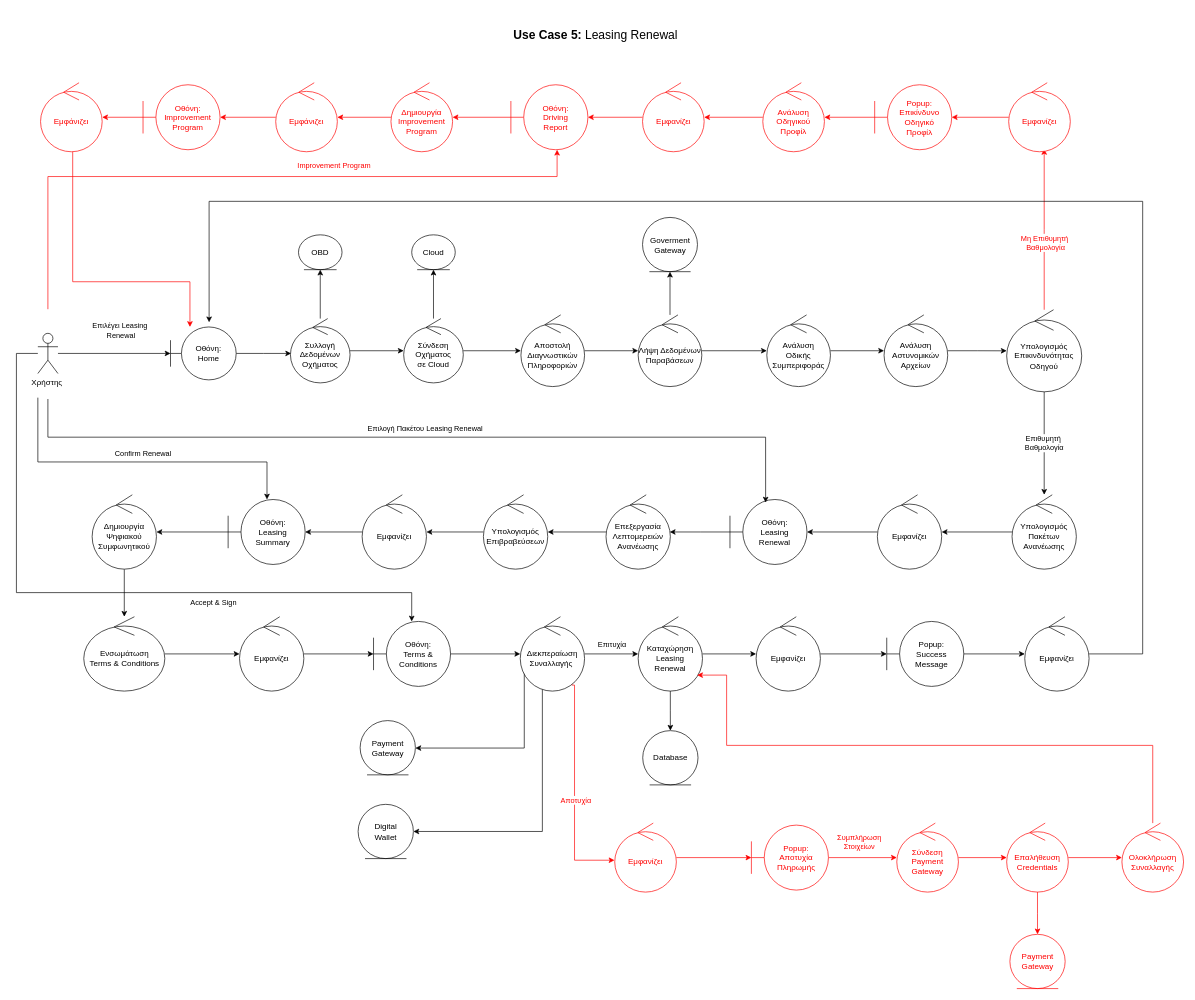
The draw.io diagram page "Use Case 5 Robustness" (5 of 9) of drawio/Robustness.drawio in ChristineGi/LeaseIt, before the edit. Source tidied: cells renumbered, new cells numbered last; positions are measured from the earlier drawing's top-left corner, leaving out a move shared by most shapes. Both pictures are drawn from the tidied source at 67%, with x=0, y=0 at pixel (16, 11).
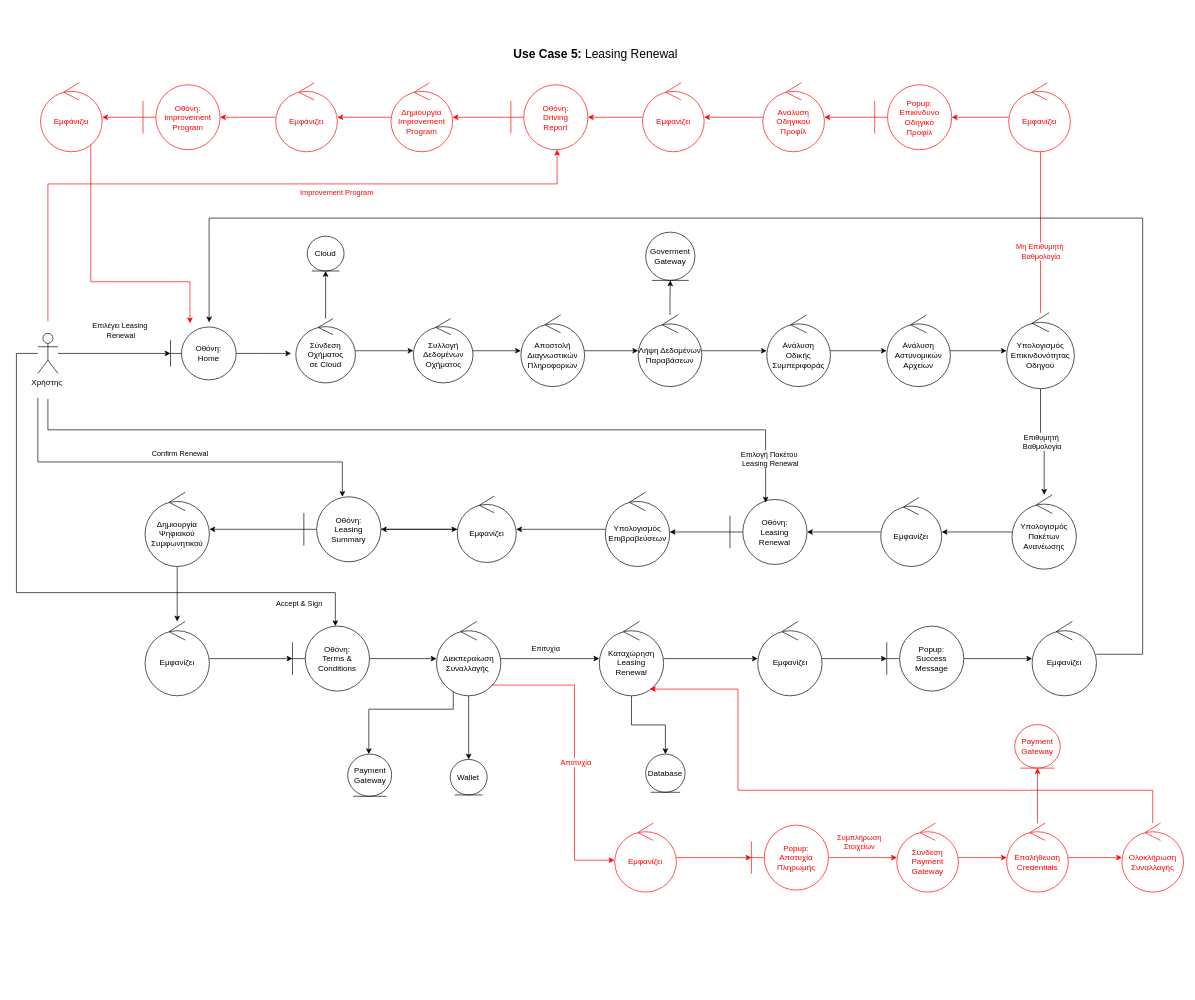
The same page after the edit.

The change refers to these unchanged cells:
```xml
<mxCell id="6" value="Χρήστης&amp;nbsp;" style="shape=umlActor;verticalLabelPosition=bottom;verticalAlign=top;html=1;" parent="1" vertex="1">
  <mxGeometry x="32" y="480" width="30" height="60" as="geometry" />
</mxCell>
<mxCell id="10" value="Οθόνη:&lt;div&gt;Home&lt;/div&gt;" style="shape=umlBoundary;whiteSpace=wrap;html=1;" parent="1" vertex="1">
  <mxGeometry x="230" y="470.5" width="98" height="79" as="geometry" />
</mxCell>
<mxCell id="20" value="Αποστολή&lt;div&gt;Διαγνωστικών&lt;/div&gt;&lt;div&gt;Πληροφοριών&lt;/div&gt;" style="ellipse;shape=umlControl;whiteSpace=wrap;html=1;" parent="1" vertex="1">
  <mxGeometry x="753" y="452.5" width="95" height="107" as="geometry" />
</mxCell>
<mxCell id="38" value="Οθόνη:&lt;div&gt;Leasing&lt;/div&gt;&lt;div&gt;Renewal&lt;/div&gt;" style="shape=umlBoundary;whiteSpace=wrap;html=1;" parent="1" vertex="1">
  <mxGeometry x="1065" y="728" width="115" height="97" as="geometry" />
</mxCell>
<mxCell id="94" value="Εμφάνιζει" style="ellipse;shape=umlControl;whiteSpace=wrap;html=1;fontColor=#FF0000;strokeColor=#FF0000;" parent="1" vertex="1">
  <mxGeometry x="36" y="106" width="92" height="103" as="geometry" />
</mxCell>
<mxCell id="96" value="Εμφανίζει" style="ellipse;shape=umlControl;whiteSpace=wrap;html=1;fontColor=#FF0000;strokeColor=#FF0000;" parent="1" vertex="1">
  <mxGeometry x="893" y="1211" width="92" height="103" as="geometry" />
</mxCell>
<mxCell id="107" value="Ολοκλήρωση&lt;div&gt;Συναλλαγής&lt;/div&gt;" style="ellipse;shape=umlControl;whiteSpace=wrap;html=1;fontColor=#FF0000;strokeColor=#FF0000;" parent="1" vertex="1">
  <mxGeometry x="1650" y="1211" width="92" height="103" as="geometry" />
</mxCell>
```

The edit, as a diff of the source:
```diff
@@
     <mxCell id="4" style="edgeStyle=orthogonalEdgeStyle;rounded=0;jettySize=auto;html=1;" parent="1" edge="1" source="6" target="56">
       <mxGeometry relative="1" as="geometry">
         <Array as="points">
           <mxPoint y="510" />
           <mxPoint y="867" />
-          <mxPoint x="590" y="867" />
+          <mxPoint x="476" y="867" />
         </Array>
       </mxGeometry>
     </mxCell>
     <mxCell id="5" value="Accept &amp;amp; Sign" style="edgeLabel;html=1;align=center;verticalAlign=middle;" parent="4" vertex="1">
       <mxGeometry x="0.33" relative="1" as="geometry">
-        <mxPoint x="2" y="14" as="offset" />
+        <mxPoint x="202" y="15" as="offset" />
       </mxGeometry>
     </mxCell>
@@
-    <mxCell id="11" style="edgeStyle=orthogonalEdgeStyle;rounded=0;jettySize=auto;html=1;" parent="1" edge="1" source="13" target="14">
-      <mxGeometry relative="1" as="geometry" />
-    </mxCell>
-    <mxCell id="12" style="edgeStyle=orthogonalEdgeStyle;rounded=0;jettySize=auto;html=1;" parent="1" edge="1" source="13" target="17">
-      <mxGeometry relative="1" as="geometry" />
-    </mxCell>
+    <mxCell id="110" style="edgeStyle=orthogonalEdgeStyle;rounded=0;jettySize=auto;html=1;" parent="1" edge="1" source="13" target="20">
+      <mxGeometry relative="1" as="geometry" />
+    </mxCell>
     <mxCell id="13" value="Συλλογή&lt;div&gt;Δεδομένων&lt;/div&gt;&lt;div&gt;Οχήματος&lt;/div&gt;" style="ellipse;shape=umlControl;whiteSpace=wrap;html=1;" parent="1" vertex="1">
-      <mxGeometry x="409" y="458" width="89" height="96" as="geometry" />
+      <mxGeometry x="592.5" y="458" width="89" height="96" as="geometry" />
     </mxCell>
-    <mxCell id="14" value="OBD" style="ellipse;shape=umlEntity;whiteSpace=wrap;html=1;" parent="1" vertex="1">
-      <mxGeometry x="421" y="333" width="65" height="52" as="geometry" />
-    </mxCell>
@@
-    <mxCell id="16" style="edgeStyle=orthogonalEdgeStyle;rounded=0;jettySize=auto;html=1;" parent="1" edge="1" source="17" target="20">
-      <mxGeometry relative="1" as="geometry" />
-    </mxCell>
+    <mxCell id="111" style="edgeStyle=orthogonalEdgeStyle;rounded=0;jettySize=auto;html=1;" parent="1" edge="1" source="17" target="13">
+      <mxGeometry relative="1" as="geometry" />
+    </mxCell>
     <mxCell id="17" value="Σύνδεση&lt;div&gt;Οχήματος&lt;/div&gt;&lt;div&gt;σε Cloud&lt;/div&gt;" style="ellipse;shape=umlControl;whiteSpace=wrap;html=1;" parent="1" vertex="1">
-      <mxGeometry x="578" y="458" width="89" height="96" as="geometry" />
+      <mxGeometry x="417" y="458" width="89" height="96" as="geometry" />
     </mxCell>
     <mxCell id="18" value="Cloud" style="ellipse;shape=umlEntity;whiteSpace=wrap;html=1;" parent="1" vertex="1">
-      <mxGeometry x="590" y="333" width="65" height="52" as="geometry" />
+      <mxGeometry x="434" y="335" width="55" height="52" as="geometry" />
     </mxCell>
@@
     <mxCell id="24" value="Goverment&lt;div&gt;Gateway&lt;/div&gt;" style="ellipse;shape=umlEntity;whiteSpace=wrap;html=1;" parent="1" vertex="1">
-      <mxGeometry x="934.5" y="307" width="82" height="81" as="geometry" />
+      <mxGeometry x="939.2" y="329" width="73.5" height="72" as="geometry" />
     </mxCell>
@@
     <mxCell id="28" value="Ανάλυση&lt;div&gt;Αστυνομικών&lt;/div&gt;&lt;div&gt;Αρχείων&lt;/div&gt;" style="ellipse;shape=umlControl;whiteSpace=wrap;html=1;" parent="1" vertex="1">
-      <mxGeometry x="1295" y="452.5" width="95" height="107" as="geometry" />
+      <mxGeometry x="1299" y="452.5" width="95" height="107" as="geometry" />
     </mxCell>
@@
     <mxCell id="30" style="edgeStyle=orthogonalEdgeStyle;rounded=0;jettySize=auto;html=1;strokeColor=#FF0000;" parent="1" edge="1" source="32">
       <mxGeometry relative="1" as="geometry">
         <mxPoint x="1534" y="204.8" as="targetPoint" />
+        <Array as="points">
+          <mxPoint x="1528" y="205" />
+        </Array>
       </mxGeometry>
     </mxCell>
     <mxCell id="31" value="&lt;font color=&quot;#ff0000&quot;&gt;Μη Επιθυμητή&amp;nbsp;&lt;/font&gt;&lt;div&gt;&lt;font color=&quot;#ff0000&quot;&gt;Βαθμολογία&lt;/font&gt;&lt;/div&gt;" style="edgeLabel;html=1;align=center;verticalAlign=middle;" parent="30" vertex="1">
-      <mxGeometry x="-0.17" y="-1" relative="1" as="geometry" />
+      <mxGeometry x="-0.17" y="-1" relative="1" as="geometry">
+        <mxPoint x="-1" y="12" as="offset" />
+      </mxGeometry>
     </mxCell>
     <mxCell id="32" value="Υπολογισμός&lt;div&gt;Επικινδυνότητας&lt;/div&gt;&lt;div&gt;Οδηγού&lt;/div&gt;" style="ellipse;shape=umlControl;whiteSpace=wrap;html=1;" parent="1" vertex="1">
-      <mxGeometry x="1478" y="444.8" width="112" height="122.5" as="geometry" />
+      <mxGeometry x="1478" y="449.4" width="101" height="113.2" as="geometry" />
     </mxCell>
@@
     <mxCell id="36" value="Εμφανίζει" style="ellipse;shape=umlControl;whiteSpace=wrap;html=1;" parent="1" vertex="1">
-      <mxGeometry x="1285" y="721" width="96" height="111" as="geometry" />
+      <mxGeometry x="1290" y="725" width="91" height="103" as="geometry" />
     </mxCell>
@@
     <mxCell id="39" style="edgeStyle=orthogonalEdgeStyle;rounded=0;jettySize=auto;html=1;entryX=0.463;entryY=0.047;entryDx=0;entryDy=0;entryPerimeter=0;" parent="1" edge="1" target="38">
       <mxGeometry relative="1" as="geometry">
         <mxPoint x="47" y="578" as="sourcePoint" />
         <Array as="points">
-          <mxPoint x="47" y="635" />
-          <mxPoint x="1118" y="635" />
+          <mxPoint x="47" y="624" />
+          <mxPoint x="1118" y="624" />
         </Array>
       </mxGeometry>
     </mxCell>
-    <mxCell id="40" value="Επιλογή Πακέτου Leasing Renewal" style="edgeLabel;html=1;align=center;verticalAlign=middle;" parent="39" vertex="1">
+    <mxCell id="40" value="Επιλογή Πακέτου&amp;nbsp;&lt;div&gt;Leasing Renewal&lt;/div&gt;" style="edgeLabel;html=1;align=center;verticalAlign=middle;" parent="39" vertex="1">
       <mxGeometry x="0.01" relative="1" as="geometry">
-        <mxPoint y="-13" as="offset" />
+        <mxPoint x="504" y="43" as="offset" />
       </mxGeometry>
     </mxCell>
-    <mxCell id="41" style="edgeStyle=orthogonalEdgeStyle;rounded=0;jettySize=auto;html=1;" parent="1" edge="1" source="42" target="44">
-      <mxGeometry relative="1" as="geometry" />
-    </mxCell>
-    <mxCell id="42" value="Επεξεργασία&lt;div&gt;Λεπτομερειών&lt;/div&gt;&lt;div&gt;Ανανέωσης&lt;/div&gt;" style="ellipse;shape=umlControl;whiteSpace=wrap;html=1;" parent="1" vertex="1">
-      <mxGeometry x="880" y="721" width="96" height="111" as="geometry" />
-    </mxCell>
@@
     <mxCell id="44" value="Υπολογισμός&lt;div&gt;Επιβραβεύσεων&lt;/div&gt;" style="ellipse;shape=umlControl;whiteSpace=wrap;html=1;" parent="1" vertex="1">
-      <mxGeometry x="697" y="721" width="96" height="111" as="geometry" />
+      <mxGeometry x="879" y="717" width="96" height="111" as="geometry" />
     </mxCell>
@@
     <mxCell id="46" value="Εμφανίζει" style="ellipse;shape=umlControl;whiteSpace=wrap;html=1;" parent="1" vertex="1">
-      <mxGeometry x="516" y="721" width="96" height="111" as="geometry" />
+      <mxGeometry x="658" y="723" width="88" height="99" as="geometry" />
     </mxCell>
@@
+    <mxCell id="112" style="edgeStyle=orthogonalEdgeStyle;rounded=0;jettySize=auto;html=1;" parent="1" edge="1" source="48" target="46">
+      <mxGeometry relative="1" as="geometry" />
+    </mxCell>
     <mxCell id="48" value="Οθόνη:&lt;div&gt;Leasing&lt;/div&gt;&lt;div&gt;Summary&lt;/div&gt;" style="shape=umlBoundary;whiteSpace=wrap;html=1;" parent="1" vertex="1">
-      <mxGeometry x="316" y="728" width="115" height="97" as="geometry" />
+      <mxGeometry x="429" y="724" width="115" height="97" as="geometry" />
     </mxCell>
-    <mxCell id="49" style="edgeStyle=orthogonalEdgeStyle;rounded=0;jettySize=auto;html=1;" parent="1" edge="1" source="50" target="52">
-      <mxGeometry relative="1" as="geometry" />
-    </mxCell>
+    <mxCell id="113" style="edgeStyle=orthogonalEdgeStyle;rounded=0;jettySize=auto;html=1;" parent="1" edge="1" source="50" target="54">
+      <mxGeometry relative="1" as="geometry" />
+    </mxCell>
     <mxCell id="50" value="Δημιουργία&lt;div&gt;Ψηφιακού&lt;/div&gt;&lt;div&gt;Συμφωνητικού&lt;/div&gt;" style="ellipse;shape=umlControl;whiteSpace=wrap;html=1;" parent="1" vertex="1">
-      <mxGeometry x="113" y="721" width="96" height="111" as="geometry" />
+      <mxGeometry x="192" y="717" width="96" height="111" as="geometry" />
     </mxCell>
-    <mxCell id="51" style="edgeStyle=orthogonalEdgeStyle;rounded=0;jettySize=auto;html=1;" parent="1" edge="1" source="52" target="54">
-      <mxGeometry relative="1" as="geometry" />
-    </mxCell>
-    <mxCell id="52" value="Ενσωμάτωση&lt;div&gt;Terms &amp;amp; Conditions&lt;/div&gt;" style="ellipse;shape=umlControl;whiteSpace=wrap;html=1;" parent="1" vertex="1">
-      <mxGeometry x="100.5" y="903" width="121" height="111" as="geometry" />
-    </mxCell>
@@
     <mxCell id="54" value="Εμφανίζει" style="ellipse;shape=umlControl;whiteSpace=wrap;html=1;" parent="1" vertex="1">
-      <mxGeometry x="333" y="903" width="96" height="111" as="geometry" />
+      <mxGeometry x="192" y="910" width="96" height="111" as="geometry" />
     </mxCell>
@@
     <mxCell id="56" value="Οθόνη:&lt;div&gt;Terms &amp;amp; Conditions&lt;br&gt;&lt;/div&gt;" style="shape=umlBoundary;whiteSpace=wrap;html=1;" parent="1" vertex="1">
-      <mxGeometry x="533" y="910" width="115" height="97" as="geometry" />
+      <mxGeometry x="412" y="917" width="115" height="97" as="geometry" />
     </mxCell>
-    <mxCell id="57" style="edgeStyle=orthogonalEdgeStyle;rounded=0;jettySize=auto;html=1;" parent="1" edge="1" source="63" target="64">
-      <mxGeometry relative="1" as="geometry">
-        <Array as="points">
-          <mxPoint x="758" y="1099" />
-        </Array>
-      </mxGeometry>
-    </mxCell>
@@
-    <mxCell id="60" style="edgeStyle=orthogonalEdgeStyle;rounded=0;jettySize=auto;html=1;entryX=-0.004;entryY=0.538;entryDx=0;entryDy=0;entryPerimeter=0;strokeColor=#FF0000;" parent="1" edge="1" target="96">
+    <mxCell id="60" style="edgeStyle=orthogonalEdgeStyle;rounded=0;jettySize=auto;html=1;entryX=-0.004;entryY=0.538;entryDx=0;entryDy=0;entryPerimeter=0;strokeColor=#FF0000;" parent="1" edge="1" source="63" target="96">
       <mxGeometry relative="1" as="geometry">
-        <mxPoint x="829" y="1004" as="sourcePoint" />
         <Array as="points">
-          <mxPoint x="829" y="1005" />
           <mxPoint x="833" y="1005" />
           <mxPoint x="833" y="1266" />
         </Array>
       </mxGeometry>
     </mxCell>
@@
-    <mxCell id="62" style="edgeStyle=orthogonalEdgeStyle;rounded=0;jettySize=auto;html=1;entryX=1;entryY=0.5;entryDx=0;entryDy=0;" parent="1" edge="1" source="63" target="100">
-      <mxGeometry relative="1" as="geometry">
-        <Array as="points">
-          <mxPoint x="785" y="1223" />
-        </Array>
-      </mxGeometry>
+    <mxCell id="62" style="edgeStyle=orthogonalEdgeStyle;rounded=0;jettySize=auto;html=1;" parent="1" edge="1" source="63" target="100">
+      <mxGeometry relative="1" as="geometry" />
     </mxCell>
+    <mxCell id="57" style="edgeStyle=orthogonalEdgeStyle;rounded=0;jettySize=auto;html=1;" parent="1" edge="1" source="63" target="64">
+      <mxGeometry relative="1" as="geometry">
+        <Array as="points">
+          <mxPoint x="652" y="1041" />
+          <mxPoint x="526" y="1041" />
+        </Array>
+      </mxGeometry>
+    </mxCell>
     <mxCell id="63" value="Διεκπεραίωση&lt;div&gt;Συναλλαγής&amp;nbsp;&lt;/div&gt;" style="ellipse;shape=umlControl;whiteSpace=wrap;html=1;" parent="1" vertex="1">
-      <mxGeometry x="752" y="903" width="96" height="111" as="geometry" />
+      <mxGeometry x="627" y="910" width="96" height="111" as="geometry" />
     </mxCell>
     <mxCell id="64" value="&lt;div&gt;Payment&lt;/div&gt;&lt;div&gt;Gateway&lt;/div&gt;" style="ellipse;shape=umlEntity;whiteSpace=wrap;html=1;" parent="1" vertex="1">
-      <mxGeometry x="513" y="1058" width="82.5" height="81" as="geometry" />
+      <mxGeometry x="494.5" y="1108" width="65.5" height="63" as="geometry" />
     </mxCell>
@@
     <mxCell id="67" value="Καταχώρηση&lt;div&gt;Leasing&lt;/div&gt;&lt;div&gt;Renewal&lt;/div&gt;" style="ellipse;shape=umlControl;whiteSpace=wrap;html=1;" parent="1" vertex="1">
-      <mxGeometry x="928" y="903" width="96" height="111" as="geometry" />
+      <mxGeometry x="870" y="910" width="96" height="111" as="geometry" />
     </mxCell>
     <mxCell id="68" value="&lt;div&gt;Database&lt;/div&gt;" style="ellipse;shape=umlEntity;whiteSpace=wrap;html=1;" parent="1" vertex="1">
-      <mxGeometry x="934.8" y="1073" width="82.5" height="81" as="geometry" />
+      <mxGeometry x="939.2" y="1108" width="58.8" height="57" as="geometry" />
     </mxCell>
@@
     <mxCell id="70" value="Εμφανίζει" style="ellipse;shape=umlControl;whiteSpace=wrap;html=1;" parent="1" vertex="1">
-      <mxGeometry x="1104" y="903" width="96" height="111" as="geometry" />
+      <mxGeometry x="1106.5" y="910" width="96" height="111" as="geometry" />
     </mxCell>
@@
     <mxCell id="72" value="Popup:&lt;div&gt;Success&lt;/div&gt;&lt;div&gt;Message&lt;/div&gt;" style="shape=umlBoundary;whiteSpace=wrap;html=1;" parent="1" vertex="1">
-      <mxGeometry x="1299" y="910" width="115" height="97" as="geometry" />
+      <mxGeometry x="1299" y="917" width="115" height="97" as="geometry" />
     </mxCell>
     <mxCell id="73" value="Εμφανίζει" style="ellipse;shape=umlControl;whiteSpace=wrap;html=1;" parent="1" vertex="1">
-      <mxGeometry x="1505" y="903" width="96" height="111" as="geometry" />
+      <mxGeometry x="1516" y="910" width="96" height="111" as="geometry" />
     </mxCell>
     <mxCell id="74" style="edgeStyle=orthogonalEdgeStyle;rounded=0;jettySize=auto;html=1;entryX=0.588;entryY=-0.088;entryDx=0;entryDy=0;entryPerimeter=0;" parent="1" edge="1" source="73" target="10">
       <mxGeometry relative="1" as="geometry">
         <Array as="points">
           <mxPoint x="1681" y="959" />
-          <mxPoint x="1681" y="283" />
-          <mxPoint x="288" y="283" />
+          <mxPoint x="1681" y="308" />
+          <mxPoint x="288" y="308" />
         </Array>
       </mxGeometry>
     </mxCell>
@@
     <mxCell id="85" style="edgeStyle=orthogonalEdgeStyle;rounded=0;orthogonalLoop=1;jettySize=auto;html=1;strokeColor=#FF0000;" parent="1" edge="1">
       <mxGeometry relative="1" as="geometry">
-        <mxPoint x="47" y="444" as="sourcePoint" />
+        <mxPoint x="47" y="462" as="sourcePoint" />
         <mxPoint x="807" y="206" as="targetPoint" />
         <Array as="points">
-          <mxPoint x="47" y="246" />
-          <mxPoint x="807" y="246" />
+          <mxPoint x="47" y="257" />
+          <mxPoint x="807" y="257" />
         </Array>
       </mxGeometry>
     </mxCell>
     <mxCell id="86" value="Improvement Program" style="edgeLabel;html=1;align=center;verticalAlign=middle;fontColor=#FF0000;" parent="85" vertex="1">
       <mxGeometry x="0.25" y="2" relative="1" as="geometry">
-        <mxPoint y="-16" as="offset" />
+        <mxPoint y="14" as="offset" />
       </mxGeometry>
     </mxCell>
@@
-    <mxCell id="93" style="edgeStyle=orthogonalEdgeStyle;rounded=0;jettySize=auto;html=1;strokeColor=#FF0000;" parent="1" edge="1" source="94" target="10">
+    <mxCell id="93" style="edgeStyle=orthogonalEdgeStyle;rounded=0;jettySize=auto;html=1;strokeColor=#FF0000;" parent="1" edge="1" source="94">
       <mxGeometry relative="1" as="geometry">
+        <mxPoint x="259" y="465" as="targetPoint" />
         <Array as="points">
-          <mxPoint x="84" y="403" />
+          <mxPoint x="111" y="403" />
           <mxPoint x="259" y="403" />
         </Array>
       </mxGeometry>
     </mxCell>
@@
-    <mxCell id="100" value="Digital&lt;div&gt;Wallet&lt;/div&gt;" style="ellipse;shape=umlEntity;whiteSpace=wrap;html=1;" parent="1" vertex="1">
-      <mxGeometry x="510" y="1183" width="82.5" height="81" as="geometry" />
+    <mxCell id="100" value="&lt;div&gt;Wallet&lt;/div&gt;" style="ellipse;shape=umlEntity;whiteSpace=wrap;html=1;" parent="1" vertex="1">
+      <mxGeometry x="647.4" y="1116" width="55.2" height="53" as="geometry" />
     </mxCell>
@@
     <mxCell id="106" value="&lt;div&gt;&lt;font color=&quot;#ff0000&quot;&gt;Payment&lt;/font&gt;&lt;/div&gt;&lt;div&gt;&lt;font color=&quot;#ff0000&quot;&gt;Gateway&lt;/font&gt;&lt;/div&gt;" style="ellipse;shape=umlEntity;whiteSpace=wrap;html=1;strokeColor=#FF0000;" parent="1" vertex="1">
-      <mxGeometry x="1482.8" y="1377" width="82.5" height="81" as="geometry" />
+      <mxGeometry x="1490" y="1064" width="68" height="65" as="geometry" />
     </mxCell>
@@
-    <mxCell id="108" style="edgeStyle=orthogonalEdgeStyle;rounded=0;jettySize=auto;html=1;entryX=0.917;entryY=0.785;entryDx=0;entryDy=0;entryPerimeter=0;strokeColor=#FF0000;" parent="1" edge="1" source="107" target="67">
+    <mxCell id="108" style="edgeStyle=orthogonalEdgeStyle;rounded=0;jettySize=auto;html=1;strokeColor=#FF0000;" parent="1" edge="1" source="107" target="67">
       <mxGeometry relative="1" as="geometry">
         <Array as="points">
-          <mxPoint x="1696" y="1095" />
-          <mxPoint x="1060" y="1095" />
-          <mxPoint x="1060" y="990" />
+          <mxPoint x="1696" y="1162" />
+          <mxPoint x="1077" y="1162" />
+          <mxPoint x="1077" y="1011" />
         </Array>
       </mxGeometry>
     </mxCell>
     <mxCell id="109" value="&lt;p style=&quot;font-size: 18px;&quot; class=&quot;MsoNormal&quot;&gt;&lt;b&gt;&lt;span lang=&quot;EN-US&quot; style=&quot;&quot;&gt;Use Case 5: &lt;/span&gt;&lt;/b&gt;&lt;span lang=&quot;EN-US&quot; style=&quot;&quot;&gt;Leasing Renewal&lt;/span&gt;&lt;/p&gt;" style="text;whiteSpace=wrap;html=1;" parent="1" vertex="1">
-      <mxGeometry x="740" width="391" height="48" as="geometry" />
+      <mxGeometry x="740" y="29" width="265" height="48" as="geometry" />
     </mxCell>
```
